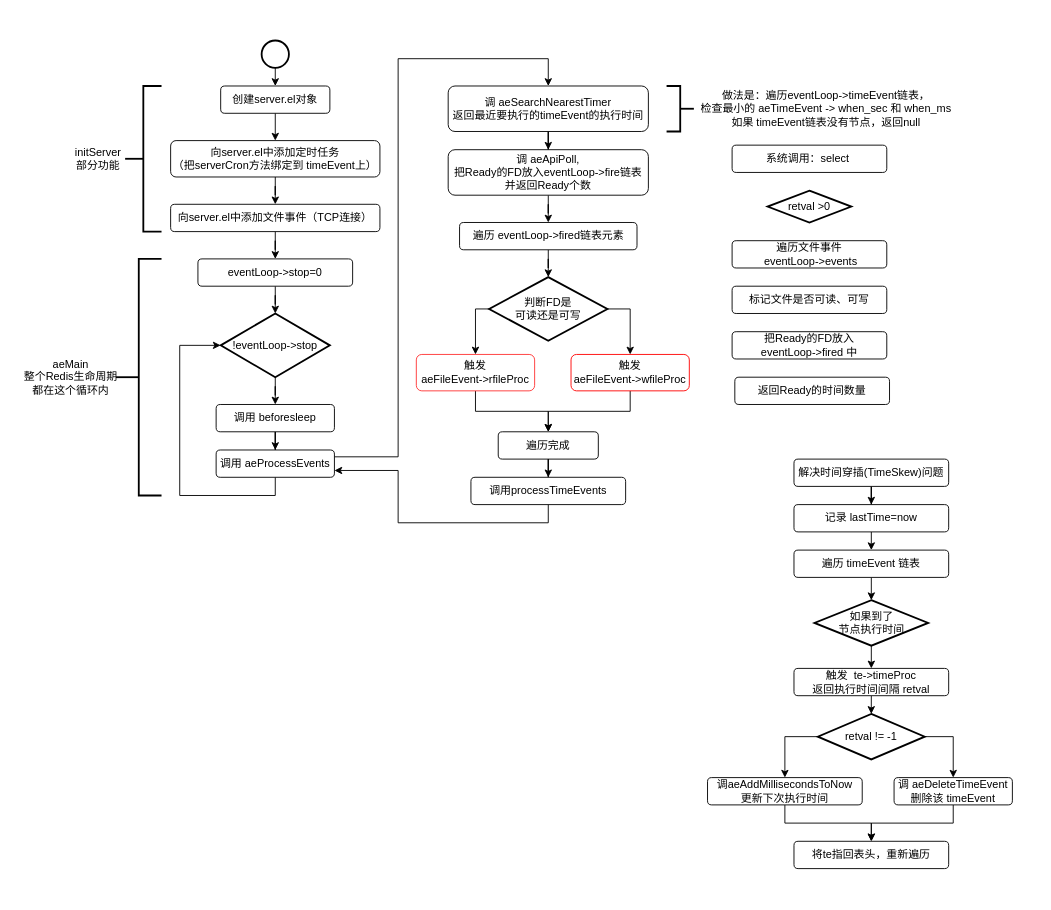
The draw.io diagram RedisEventLoop.drawio in Lucas20029/redis-3.0-annotated, before the edit. Source tidied: cells renumbered, new cells numbered last; positions are measured from the earlier drawing's top-left corner, leaving out a move shared by most shapes. Both pictures are drawn from the tidied source at 91%, with x=0, y=0 at pixel (15, 40).
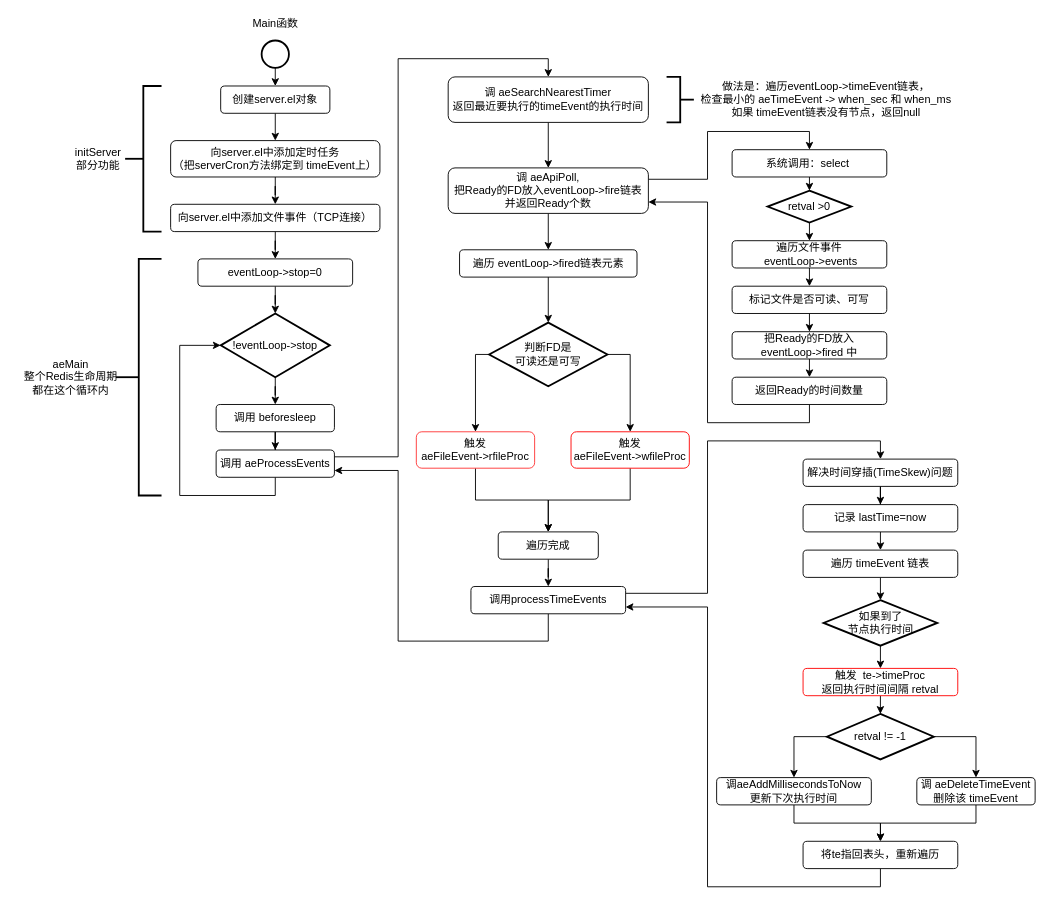
The same page after the edit.

Unchanged cells that the change refers to:
```xml
<mxCell id="18" value="调用 aeProcessEvents" style="rounded=1;whiteSpace=wrap;html=1;" parent="1" vertex="1">
  <mxGeometry x="220" y="450" width="130" height="30" as="geometry" />
</mxCell>
<mxCell id="61" value="retval &amp;gt;0" style="strokeWidth=2;html=1;shape=mxgraph.flowchart.decision;whiteSpace=wrap;" parent="1" vertex="1">
  <mxGeometry x="826" y="165" width="92" height="35" as="geometry" />
</mxCell>
<mxCell id="62" value="遍历文件事件&lt;br&gt;&amp;nbsp;eventLoop-&amp;gt;events" style="rounded=1;whiteSpace=wrap;html=1;" parent="1" vertex="1">
  <mxGeometry x="787" y="220" width="170" height="30" as="geometry" />
</mxCell>
<mxCell id="63" value="标记文件是否可读、可写" style="rounded=1;whiteSpace=wrap;html=1;" parent="1" vertex="1">
  <mxGeometry x="787" y="270" width="170" height="30" as="geometry" />
</mxCell>
<mxCell id="64" value="把Ready的FD放入&lt;br&gt;eventLoop-&amp;gt;fired 中" style="rounded=1;whiteSpace=wrap;html=1;" parent="1" vertex="1">
  <mxGeometry x="787" y="320" width="170" height="30" as="geometry" />
</mxCell>
```

What changed in the source:
```diff
@@
     <mxCell id="24" value="调&amp;nbsp;aeSearchNearestTimer&lt;br&gt;返回最近要执行的timeEvent的执行时间" style="rounded=1;whiteSpace=wrap;html=1;" parent="1" vertex="1">
-      <mxGeometry x="475" y="50" width="220" height="50" as="geometry" />
+      <mxGeometry x="475" y="40" width="220" height="50" as="geometry" />
     </mxCell>
     <mxCell id="25" style="strokeWidth=2;html=1;shape=mxgraph.flowchart.annotation_2;align=left;labelPosition=right;rotation=-180;" parent="1" vertex="1">
-      <mxGeometry x="715" y="50" width="30" height="50" as="geometry" />
+      <mxGeometry x="715" y="40" width="30" height="50" as="geometry" />
     </mxCell>
     <mxCell id="26" value="做法是：&lt;span&gt;遍历eventLoop-&amp;gt;timeEvent链表，&lt;/span&gt;&lt;br&gt;检查最小的 aeTimeEvent -&amp;gt; when_sec 和 when_ms&lt;br&gt;如果 timeEvent链表没有节点，返回null" style="text;html=1;align=center;verticalAlign=middle;" parent="1" vertex="1">
-      <mxGeometry x="745" y="50" width="290" height="50" as="geometry" />
+      <mxGeometry x="745" y="40" width="290" height="50" as="geometry" />
     </mxCell>
@@
+    <mxCell id="66" style="edgeStyle=orthogonalEdgeStyle;rounded=0;jettySize=auto;html=1;exitX=1;exitY=0.25;exitDx=0;exitDy=0;entryX=0.5;entryY=0;entryDx=0;entryDy=0;" parent="1" edge="1" source="28" target="60">
+      <mxGeometry relative="1" as="geometry">
+        <Array as="points">
+          <mxPoint x="760" y="153" />
+          <mxPoint x="760" y="100" />
+          <mxPoint x="872" y="100" />
+        </Array>
+      </mxGeometry>
+    </mxCell>
     <mxCell id="28" value="调 aeApiPoll,&lt;br&gt;把Ready的FD放入eventLoop-&amp;gt;fire链表&lt;br&gt;并返回Ready个数" style="rounded=1;whiteSpace=wrap;html=1;" parent="1" vertex="1">
-      <mxGeometry x="475" y="120" width="220" height="50" as="geometry" />
+      <mxGeometry x="475" y="140" width="220" height="50" as="geometry" />
     </mxCell>
@@
     <mxCell id="30" value="遍历 eventLoop-&amp;gt;fired链表元素" style="rounded=1;whiteSpace=wrap;html=1;" parent="1" vertex="1">
-      <mxGeometry x="487.5" y="200" width="195" height="30" as="geometry" />
+      <mxGeometry x="487.5" y="230" width="195" height="30" as="geometry" />
     </mxCell>
@@
     <mxCell id="32" value="判断FD是&lt;br&gt;可读还是可写" style="strokeWidth=2;html=1;shape=mxgraph.flowchart.decision;whiteSpace=wrap;" parent="1" vertex="1">
-      <mxGeometry x="520" y="260" width="130" height="70" as="geometry" />
+      <mxGeometry x="520" y="310" width="130" height="70" as="geometry" />
     </mxCell>
@@
     <mxCell id="34" value="触发&lt;br&gt;aeFileEvent-&amp;gt;rfileProc" style="rounded=1;whiteSpace=wrap;html=1;strokeColor=#FF3333;" parent="1" vertex="1">
-      <mxGeometry x="440" y="345" width="130" height="40" as="geometry" />
+      <mxGeometry x="440" y="430" width="130" height="40" as="geometry" />
     </mxCell>
     <mxCell id="35" style="edgeStyle=orthogonalEdgeStyle;rounded=0;jettySize=auto;html=1;exitX=0;exitY=0.5;exitDx=0;exitDy=0;exitPerimeter=0;entryX=0.5;entryY=0;entryDx=0;entryDy=0;" parent="1" edge="1" source="32" target="34">
       <mxGeometry relative="1" as="geometry">
         <Array as="points">
-          <mxPoint x="505" y="295" />
+          <mxPoint x="505" y="345" />
         </Array>
       </mxGeometry>
     </mxCell>
@@
     <mxCell id="37" value="触发&lt;br&gt;aeFileEvent-&amp;gt;wfileProc" style="rounded=1;whiteSpace=wrap;html=1;strokeColor=#FF0000;" parent="1" vertex="1">
-      <mxGeometry x="610" y="345" width="130" height="40" as="geometry" />
+      <mxGeometry x="610" y="430" width="130" height="40" as="geometry" />
     </mxCell>
@@
     <mxCell id="39" value="遍历完成" style="rounded=1;whiteSpace=wrap;html=1;" parent="1" vertex="1">
-      <mxGeometry x="530" y="430" width="110" height="30" as="geometry" />
+      <mxGeometry x="530" y="540" width="110" height="30" as="geometry" />
     </mxCell>
     <mxCell id="40" style="edgeStyle=orthogonalEdgeStyle;rounded=0;jettySize=auto;html=1;exitX=0.5;exitY=1;exitDx=0;exitDy=0;entryX=1;entryY=0.75;entryDx=0;entryDy=0;" parent="1" edge="1" source="41" target="18">
       <mxGeometry relative="1" as="geometry">
         <Array as="points">
-          <mxPoint x="585" y="530" />
-          <mxPoint x="420" y="530" />
-          <mxPoint x="420" y="472" />
+          <mxPoint x="585" y="660" />
+          <mxPoint x="420" y="660" />
+          <mxPoint x="420" y="473" />
         </Array>
       </mxGeometry>
     </mxCell>
+    <mxCell id="67" style="edgeStyle=orthogonalEdgeStyle;rounded=0;jettySize=auto;html=1;exitX=1;exitY=0.25;exitDx=0;exitDy=0;entryX=0.5;entryY=0;entryDx=0;entryDy=0;" parent="1" edge="1" source="41" target="43">
+      <mxGeometry relative="1" as="geometry">
+        <Array as="points">
+          <mxPoint x="760" y="608" />
+          <mxPoint x="760" y="440" />
+          <mxPoint x="950" y="440" />
+        </Array>
+      </mxGeometry>
+    </mxCell>
     <mxCell id="41" value="调用processTimeEvents" style="rounded=1;whiteSpace=wrap;html=1;" parent="1" vertex="1">
-      <mxGeometry x="500" y="480" width="170" height="30" as="geometry" />
+      <mxGeometry x="500" y="600" width="170" height="30" as="geometry" />
     </mxCell>
@@
     <mxCell id="43" value="解决时间穿插(TimeSkew)问题" style="rounded=1;whiteSpace=wrap;html=1;" parent="1" vertex="1">
-      <mxGeometry x="855" y="460" width="170" height="30" as="geometry" />
+      <mxGeometry x="865" y="460" width="170" height="30" as="geometry" />
     </mxCell>
@@
     <mxCell id="45" value="记录 lastTime=now" style="rounded=1;whiteSpace=wrap;html=1;" parent="1" vertex="1">
-      <mxGeometry x="855" y="510" width="170" height="30" as="geometry" />
+      <mxGeometry x="865" y="510" width="170" height="30" as="geometry" />
     </mxCell>
@@
     <mxCell id="47" value="遍历 timeEvent 链表" style="rounded=1;whiteSpace=wrap;html=1;" parent="1" vertex="1">
-      <mxGeometry x="855" y="560" width="170" height="30" as="geometry" />
+      <mxGeometry x="865" y="560" width="170" height="30" as="geometry" />
     </mxCell>
@@
     <mxCell id="49" value="如果到了&lt;br&gt;节点执行时间" style="strokeWidth=2;html=1;shape=mxgraph.flowchart.decision;whiteSpace=wrap;" parent="1" vertex="1">
-      <mxGeometry x="877.5" y="615" width="125" height="50" as="geometry" />
+      <mxGeometry x="887.5" y="615" width="125" height="50" as="geometry" />
     </mxCell>
@@
-    <mxCell id="51" value="触发&amp;nbsp; te-&amp;gt;timeProc &lt;br&gt;返回执行时间间隔 retval" style="rounded=1;whiteSpace=wrap;html=1;" parent="1" vertex="1">
-      <mxGeometry x="855" y="690" width="170" height="30" as="geometry" />
+    <mxCell id="51" value="触发&amp;nbsp; te-&amp;gt;timeProc &lt;br&gt;返回执行时间间隔 retval" style="rounded=1;whiteSpace=wrap;html=1;strokeColor=#FF0000;" parent="1" vertex="1">
+      <mxGeometry x="865" y="690" width="170" height="30" as="geometry" />
     </mxCell>
@@
     <mxCell id="54" value="retval != -1" style="strokeWidth=2;html=1;shape=mxgraph.flowchart.decision;whiteSpace=wrap;" parent="1" vertex="1">
-      <mxGeometry x="881.2" y="740" width="117.5" height="50" as="geometry" />
+      <mxGeometry x="891.2" y="740" width="117.5" height="50" as="geometry" />
     </mxCell>
@@
     <mxCell id="56" value="调aeAddMillisecondsToNow&lt;br&gt;更新下次执行时间" style="rounded=1;whiteSpace=wrap;html=1;" parent="1" vertex="1">
-      <mxGeometry x="760" y="810" width="170" height="30" as="geometry" />
+      <mxGeometry x="770" y="810" width="170" height="30" as="geometry" />
     </mxCell>
@@
     <mxCell id="58" value="调&amp;nbsp;aeDeleteTimeEvent&lt;br&gt;删除该 timeEvent" style="rounded=1;whiteSpace=wrap;html=1;" parent="1" vertex="1">
-      <mxGeometry x="965" y="810" width="130" height="30" as="geometry" />
+      <mxGeometry x="990" y="810" width="130" height="30" as="geometry" />
     </mxCell>
+    <mxCell id="68" style="edgeStyle=orthogonalEdgeStyle;rounded=0;jettySize=auto;html=1;exitX=0.5;exitY=1;exitDx=0;exitDy=0;entryX=1;entryY=0.75;entryDx=0;entryDy=0;" parent="1" edge="1" source="59" target="41">
+      <mxGeometry relative="1" as="geometry">
+        <Array as="points">
+          <mxPoint x="950" y="930" />
+          <mxPoint x="760" y="930" />
+          <mxPoint x="760" y="623" />
+        </Array>
+      </mxGeometry>
+    </mxCell>
     <mxCell id="59" value="将te指回表头，重新遍历" style="rounded=1;whiteSpace=wrap;html=1;" parent="1" vertex="1">
-      <mxGeometry x="855" y="880" width="170" height="30" as="geometry" />
+      <mxGeometry x="865" y="880" width="170" height="30" as="geometry" />
     </mxCell>
+    <mxCell id="69" style="edgeStyle=orthogonalEdgeStyle;rounded=0;jettySize=auto;html=1;exitX=0.5;exitY=1;exitDx=0;exitDy=0;entryX=0.5;entryY=0;entryDx=0;entryDy=0;entryPerimeter=0;" parent="1" edge="1" source="60" target="61">
+      <mxGeometry relative="1" as="geometry" />
+    </mxCell>
     <mxCell id="60" value="系统调用：select&amp;nbsp;" style="rounded=1;whiteSpace=wrap;html=1;" parent="1" vertex="1">
-      <mxGeometry x="787" y="115" width="170" height="30" as="geometry" />
+      <mxGeometry x="787" y="120" width="170" height="30" as="geometry" />
     </mxCell>
+    <mxCell id="70" style="edgeStyle=orthogonalEdgeStyle;rounded=0;jettySize=auto;html=1;exitX=0.5;exitY=1;exitDx=0;exitDy=0;exitPerimeter=0;entryX=0.5;entryY=0;entryDx=0;entryDy=0;" parent="1" edge="1" source="61" target="62">
+      <mxGeometry relative="1" as="geometry" />
+    </mxCell>
@@
+    <mxCell id="71" style="edgeStyle=orthogonalEdgeStyle;rounded=0;jettySize=auto;html=1;exitX=0.5;exitY=1;exitDx=0;exitDy=0;entryX=0.5;entryY=0;entryDx=0;entryDy=0;" parent="1" edge="1" source="62" target="63">
+      <mxGeometry relative="1" as="geometry" />
+    </mxCell>
@@
+    <mxCell id="72" style="edgeStyle=orthogonalEdgeStyle;rounded=0;jettySize=auto;html=1;exitX=0.5;exitY=1;exitDx=0;exitDy=0;entryX=0.5;entryY=0;entryDx=0;entryDy=0;" parent="1" edge="1" source="63" target="64">
+      <mxGeometry relative="1" as="geometry" />
+    </mxCell>
@@
+    <mxCell id="73" style="edgeStyle=orthogonalEdgeStyle;rounded=0;jettySize=auto;html=1;exitX=0.5;exitY=1;exitDx=0;exitDy=0;entryX=0.5;entryY=0;entryDx=0;entryDy=0;" parent="1" edge="1" source="64" target="65">
+      <mxGeometry relative="1" as="geometry" />
+    </mxCell>
@@
+    <mxCell id="74" style="edgeStyle=orthogonalEdgeStyle;rounded=0;jettySize=auto;html=1;exitX=0.5;exitY=1;exitDx=0;exitDy=0;entryX=1;entryY=0.75;entryDx=0;entryDy=0;" parent="1" edge="1" source="65" target="28">
+      <mxGeometry relative="1" as="geometry">
+        <Array as="points">
+          <mxPoint x="872" y="420" />
+          <mxPoint x="760" y="420" />
+          <mxPoint x="760" y="178" />
+        </Array>
+      </mxGeometry>
+    </mxCell>
     <mxCell id="65" value="返回Ready的时间数量" style="rounded=1;whiteSpace=wrap;html=1;" parent="1" vertex="1">
-      <mxGeometry x="790" y="370" width="170" height="30" as="geometry" />
+      <mxGeometry x="787" y="370" width="170" height="30" as="geometry" />
     </mxCell>
+    <mxCell id="75" value="Main函数" style="text;html=1;align=center;verticalAlign=middle;" parent="1" vertex="1">
+      <mxGeometry x="255" y="-27" width="60" height="18" as="geometry" />
+    </mxCell>
```
